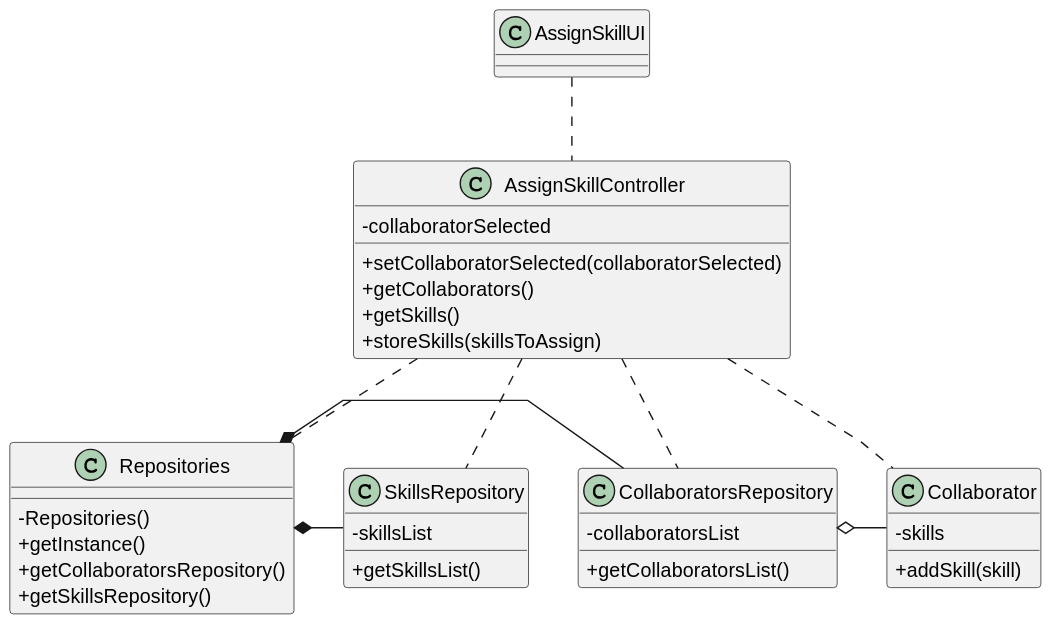
The PlantUML diagram docs/sprint2/us004/03.design/svg/us004-class-diagram.svg in 1231360-ISEP/lei-24-s2-1db-g021, before a commit.
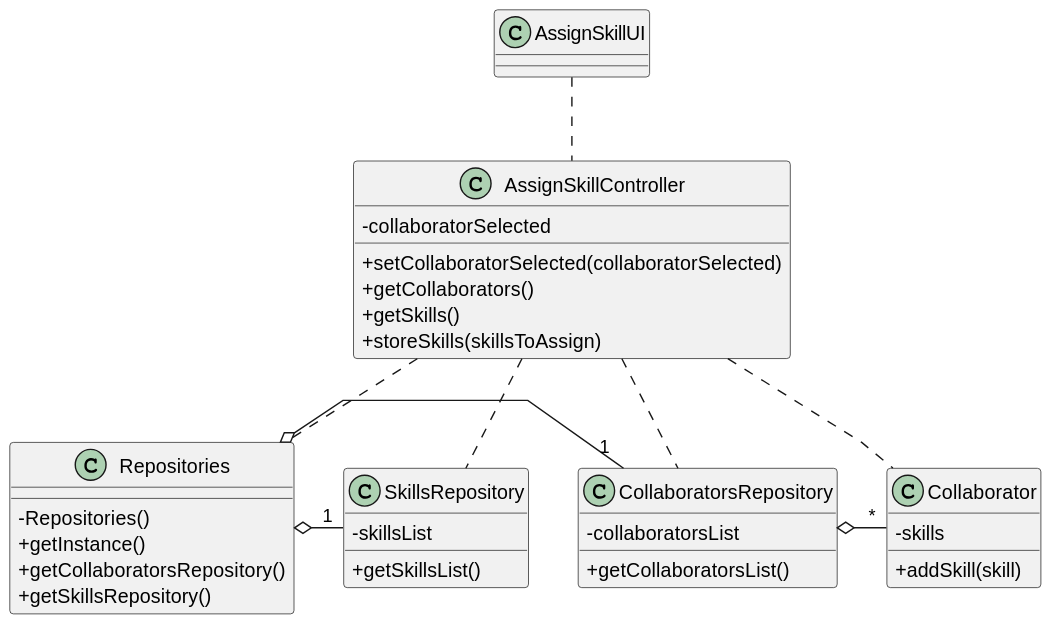
After the commit.

Commit message:
Fixing Errors On Class Diagrams

The edit, as a diff of the source:
```diff
@@ -49,9 +49,9 @@
 
 AssignSkillController .. Collaborator
 
-Repositories *- CollaboratorsRepository
+Repositories o- "1" CollaboratorsRepository
 
-Repositories *- SkillsRepository
+Repositories o- "1" SkillsRepository
 
-CollaboratorsRepository o- Collaborator
+CollaboratorsRepository o- "*" Collaborator
 @enduml
```
